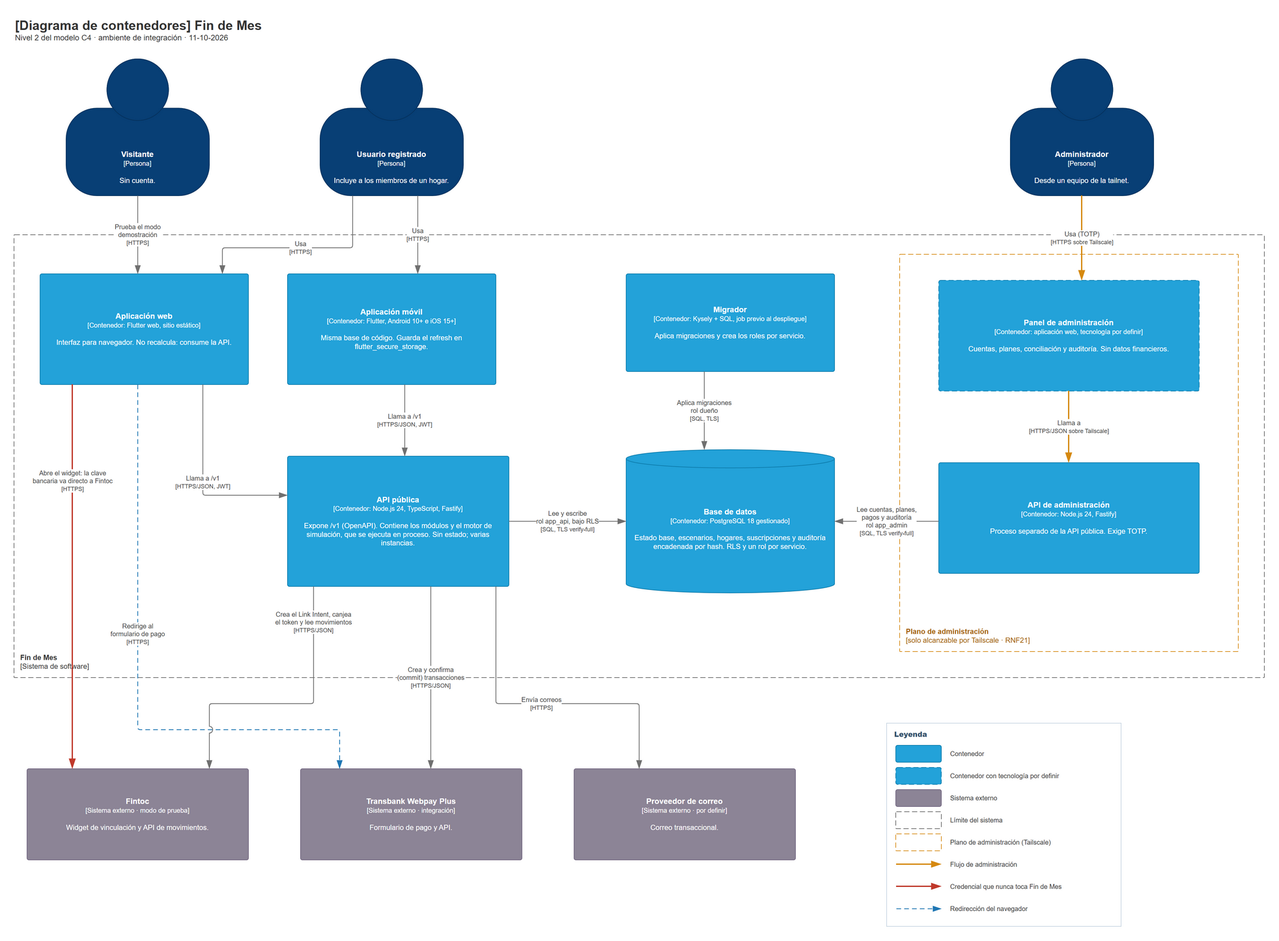
Above: docs/diagrams/architecture/c4-2-contenedores.drawio.png in joaqovrs/findemes (draw.io), before the change. Source tidied: cells renumbered, new cells last; positions are measured from the earlier drawing's top-left corner, leaving out a move shared by most shapes.
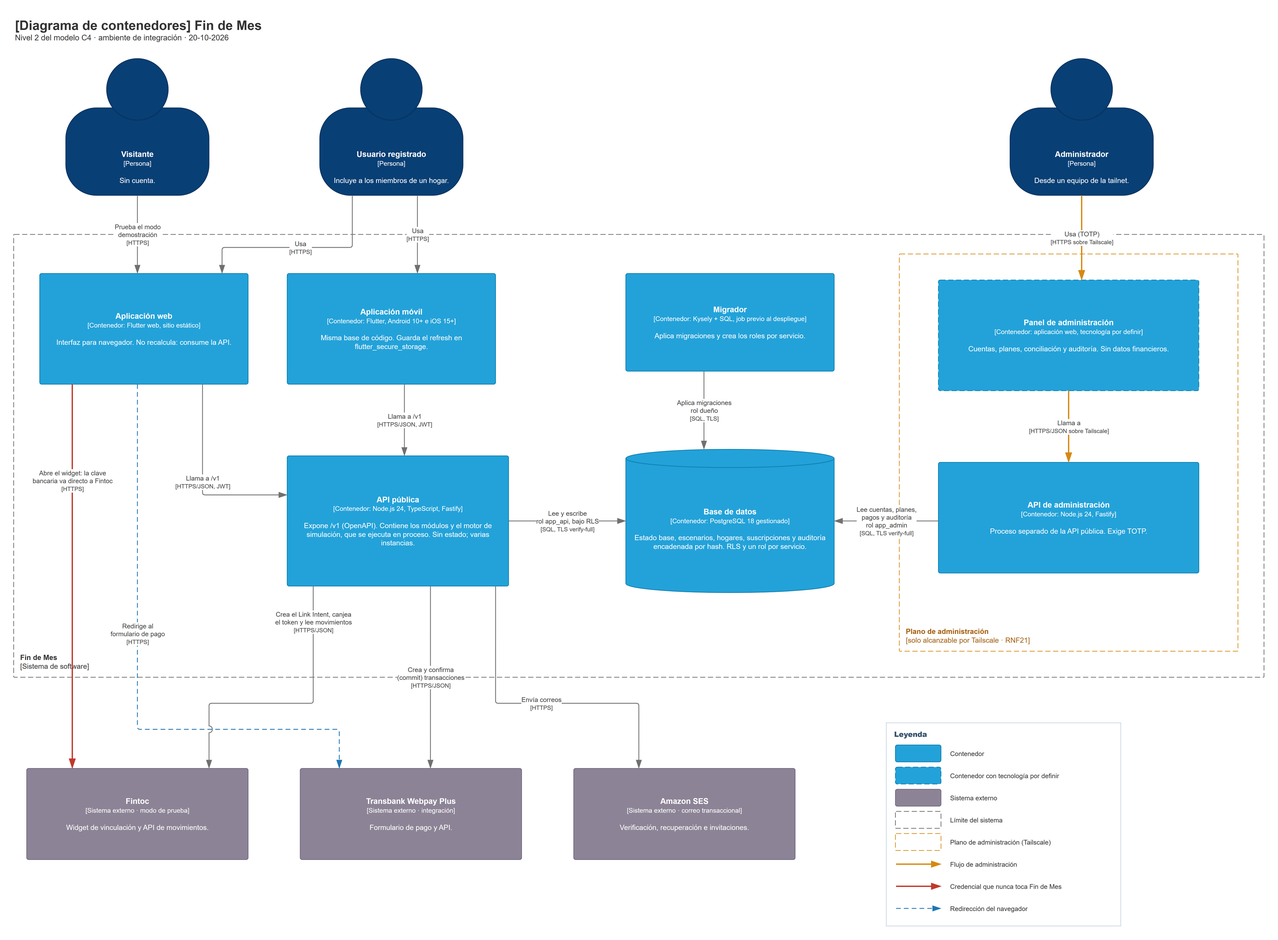
After the commit.

Diff of the diagram source:
```diff
@@ -2,7 +2,7 @@
   <root>
     <mxCell id="0" />
     <mxCell id="1" parent="0" />
-    <mxCell id="2" value="&lt;span style=&quot;font-size:20px&quot;&gt;&lt;b&gt;[Diagrama de contenedores] Fin de Mes&lt;/b&gt;&lt;/span&gt;&lt;br&gt;Nivel 2 del modelo C4 · ambiente de integración · 11-10-2026" style="text;html=1;whiteSpace=wrap;align=left;verticalAlign=top;fontColor=#333333;" parent="1" vertex="1">
+    <mxCell id="2" value="&lt;span style=&quot;font-size:20px&quot;&gt;&lt;b&gt;[Diagrama de contenedores] Fin de Mes&lt;/b&gt;&lt;/span&gt;&lt;br&gt;&lt;span style=&quot;font-size:12px&quot;&gt;Nivel 2 del modelo C4 · ambiente de integración · 20-10-2026&lt;/span&gt;" style="text;html=1;whiteSpace=wrap;align=left;verticalAlign=top;fontColor=#333333;" parent="1" vertex="1">
       <mxGeometry width="1400" height="60" as="geometry" />
     </mxCell>
     <mxCell id="3" value="&lt;b style=&quot;font-size:12px&quot;&gt;Visitante&lt;/b&gt;&lt;br&gt;&lt;span style=&quot;font-size:10px&quot;&gt;[Persona]&lt;/span&gt;&lt;br&gt;&lt;br&gt;Sin cuenta." style="html=1;fontSize=11;whiteSpace=wrap;fillColor=#083F75;strokeColor=#06315C;fontColor=#ffffff;shape=mxgraph.c4.person2;align=center;verticalAlign=bottom;spacingBottom=14;spacingLeft=12;spacingRight=12;" parent="1" vertex="1">
@@ -47,7 +47,7 @@
     <mxCell id="16" value="&lt;b style=&quot;font-size:12px&quot;&gt;Transbank Webpay Plus&lt;/b&gt;&lt;br&gt;&lt;span style=&quot;font-size:10px&quot;&gt;[Sistema externo · integración]&lt;/span&gt;&lt;br&gt;&lt;br&gt;Formulario de pago y API." style="rounded=1;whiteSpace=wrap;html=1;arcSize=6;absoluteArcSize=1;labelBackgroundColor=none;align=center;verticalAlign=middle;spacing=8;fontSize=11;fillColor=#8C8496;strokeColor=#736782;fontColor=#ffffff;" parent="1" vertex="1">
       <mxGeometry x="440" y="1160" width="340" height="140" as="geometry" />
     </mxCell>
-    <mxCell id="17" value="&lt;b style=&quot;font-size:12px&quot;&gt;Proveedor de correo&lt;/b&gt;&lt;br&gt;&lt;span style=&quot;font-size:10px&quot;&gt;[Sistema externo · por definir]&lt;/span&gt;&lt;br&gt;&lt;br&gt;Correo transaccional." style="rounded=1;whiteSpace=wrap;html=1;arcSize=6;absoluteArcSize=1;labelBackgroundColor=none;align=center;verticalAlign=middle;spacing=8;fontSize=11;fillColor=#8C8496;strokeColor=#736782;fontColor=#ffffff;" parent="1" vertex="1">
+    <mxCell id="17" value="&lt;b style=&quot;font-size:12px&quot;&gt;Amazon SES&lt;/b&gt;&lt;br&gt;&lt;span style=&quot;font-size:10px&quot;&gt;[Sistema externo · correo transaccional]&lt;/span&gt;&lt;br&gt;&lt;br&gt;Verificación, recuperación e invitaciones." style="rounded=1;whiteSpace=wrap;html=1;arcSize=6;absoluteArcSize=1;labelBackgroundColor=none;align=center;verticalAlign=middle;spacing=8;fontSize=11;fillColor=#8C8496;strokeColor=#736782;fontColor=#ffffff;" parent="1" vertex="1">
       <mxGeometry x="860" y="1160" width="340" height="140" as="geometry" />
     </mxCell>
     <mxCell id="18" value="Prueba el modo&lt;br&gt;demostración&lt;br&gt;&lt;span style=&quot;font-size:9px&quot;&gt;[HTTPS]&lt;/span&gt;" style="endArrow=blockThin;endFill=1;endSize=10;html=1;fontSize=10;fontColor=#404040;strokeColor=#707070;strokeWidth=1.2;rounded=1;arcSize=8;edgeStyle=orthogonalEdgeStyle;jumpStyle=arc;jumpSize=10;labelBackgroundColor=#FFFFFF;exitX=0.5;exitY=1;exitDx=0;exitDy=0;entryX=0.4688;entryY=0;entryDx=0;entryDy=0;" parent="1" edge="1" source="3" target="7">
```
